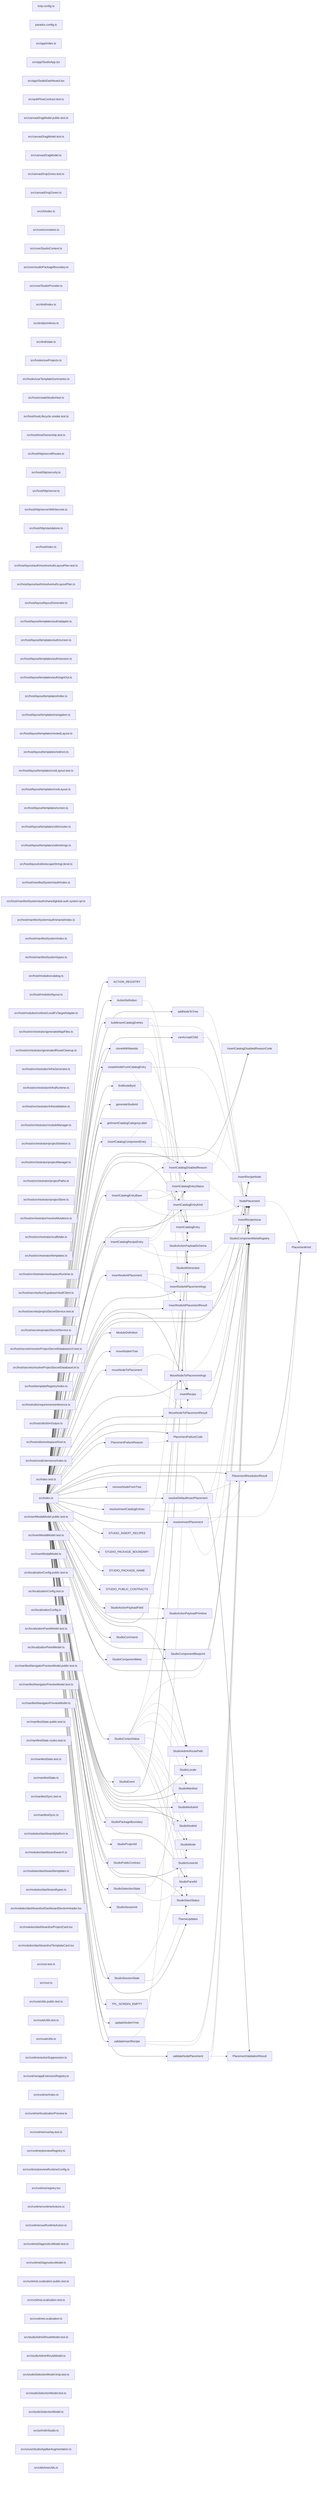
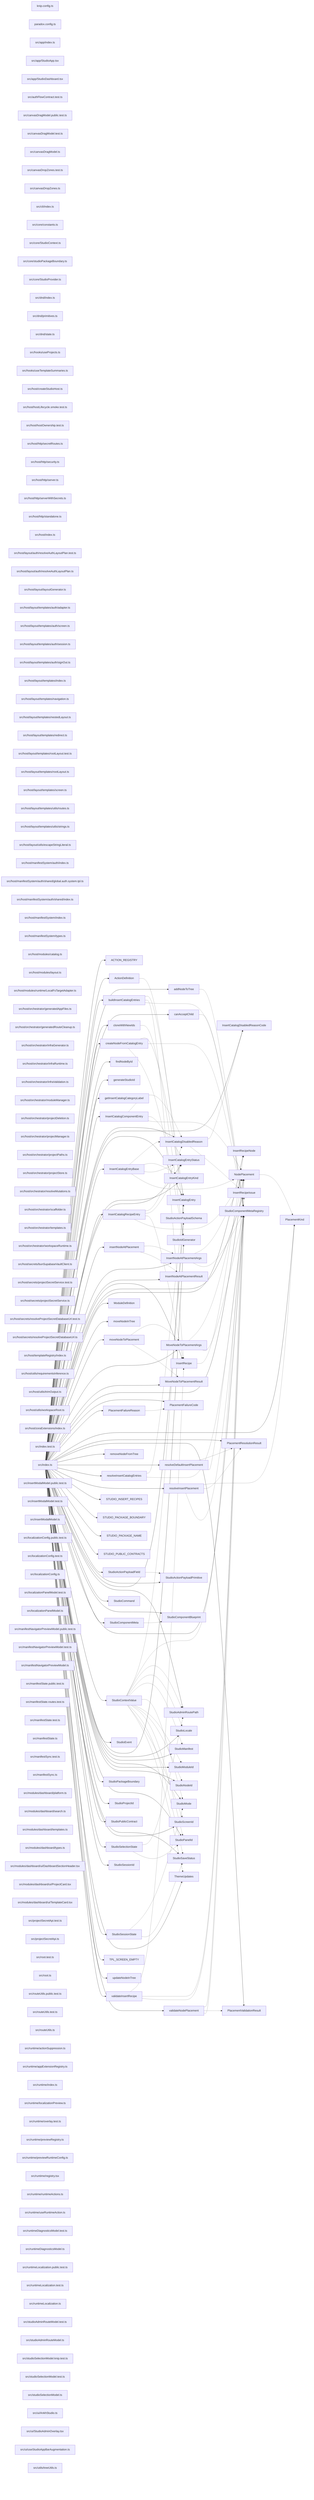
graph LR
  module_knip_config_ts["knip.config.ts"]
  module_paradox_config_ts["paradox.config.ts"]
  module_src_app_index_ts["src/app/index.ts"]
  module_src_app_StudioApp_tsx["src/app/StudioApp.tsx"]
  module_src_app_StudioDashboard_tsx["src/app/StudioDashboard.tsx"]
  module_src_authFlowContract_test_ts["src/authFlowContract.test.ts"]
  module_src_canvasDragModel_public_test_ts["src/canvasDragModel.public.test.ts"]
  module_src_canvasDragModel_test_ts["src/canvasDragModel.test.ts"]
  module_src_canvasDragModel_ts["src/canvasDragModel.ts"]
  module_src_canvasDropZones_test_ts["src/canvasDropZones.test.ts"]
  module_src_canvasDropZones_ts["src/canvasDropZones.ts"]
  module_src_cli_index_ts["src/cli/index.ts"]
  module_src_core_constants_ts["src/core/constants.ts"]
  module_src_core_StudioContext_ts["src/core/StudioContext.ts"]
  module_src_core_studioPackageBoundary_ts["src/core/studioPackageBoundary.ts"]
  module_src_core_StudioProvider_ts["src/core/StudioProvider.ts"]
  module_src_dnd_index_ts["src/dnd/index.ts"]
  module_src_dnd_primitives_ts["src/dnd/primitives.ts"]
  module_src_dnd_state_ts["src/dnd/state.ts"]
  module_src_hooks_useProjects_ts["src/hooks/useProjects.ts"]
  module_src_hooks_useTemplateSummaries_ts["src/hooks/useTemplateSummaries.ts"]
  module_src_host_createStudioHost_ts["src/host/createStudioHost.ts"]
  module_src_host_hostLifecycle_smoke_test_ts["src/host/hostLifecycle.smoke.test.ts"]
  module_src_host_hostOwnership_test_ts["src/host/hostOwnership.test.ts"]
  module_src_host_http_secretRoutes_ts["src/host/http/secretRoutes.ts"]
  module_src_host_http_security_ts["src/host/http/security.ts"]
  module_src_host_http_server_ts["src/host/http/server.ts"]
  module_src_host_http_serverWithSecrets_ts["src/host/http/serverWithSecrets.ts"]
  module_src_host_http_standalone_ts["src/host/http/standalone.ts"]
  module_src_host_index_ts["src/host/index.ts"]
  module_src_host_layout_auth_resolveAuthLayoutPlan_test_ts["src/host/layout/auth/resolveAuthLayoutPlan.test.ts"]
  module_src_host_layout_auth_resolveAuthLayoutPlan_ts["src/host/layout/auth/resolveAuthLayoutPlan.ts"]
  module_src_host_layout_layoutGenerator_ts["src/host/layout/layoutGenerator.ts"]
  module_src_host_layout_templates_auth_adapter_ts["src/host/layout/templates/auth/adapter.ts"]
  module_src_host_layout_templates_auth_screen_ts["src/host/layout/templates/auth/screen.ts"]
  module_src_host_layout_templates_auth_session_ts["src/host/layout/templates/auth/session.ts"]
  module_src_host_layout_templates_auth_signOut_ts["src/host/layout/templates/auth/signOut.ts"]
  module_src_host_layout_templates_index_ts["src/host/layout/templates/index.ts"]
  module_src_host_layout_templates_navigation_ts["src/host/layout/templates/navigation.ts"]
  module_src_host_layout_templates_nestedLayout_ts["src/host/layout/templates/nestedLayout.ts"]
  module_src_host_layout_templates_redirect_ts["src/host/layout/templates/redirect.ts"]
  module_src_host_layout_templates_rootLayout_test_ts["src/host/layout/templates/rootLayout.test.ts"]
  module_src_host_layout_templates_rootLayout_ts["src/host/layout/templates/rootLayout.ts"]
  module_src_host_layout_templates_screen_ts["src/host/layout/templates/screen.ts"]
  module_src_host_layout_templates_utils_routes_ts["src/host/layout/templates/utils/routes.ts"]
  module_src_host_layout_templates_utils_strings_ts["src/host/layout/templates/utils/strings.ts"]
  module_src_host_layout_utils_escapeStringLiteral_ts["src/host/layout/utils/escapeStringLiteral.ts"]
  module_src_host_manifestSystem_auth_index_ts["src/host/manifestSystem/auth/index.ts"]
  module_src_host_manifestSystem_auth_shared_global_auth_system_tpl_ts["src/host/manifestSystem/auth/shared/global.auth.system.tpl.ts"]
  module_src_host_manifestSystem_auth_shared_index_ts["src/host/manifestSystem/auth/shared/index.ts"]
  module_src_host_manifestSystem_index_ts["src/host/manifestSystem/index.ts"]
  module_src_host_manifestSystem_types_ts["src/host/manifestSystem/types.ts"]
  module_src_host_modules_catalog_ts["src/host/modules/catalog.ts"]
  module_src_host_modules_layout_ts["src/host/modules/layout.ts"]
  module_src_host_modules_runtime_LocalFsTargetAdapter_ts["src/host/modules/runtime/LocalFsTargetAdapter.ts"]
  module_src_host_orchestrator_generatedAppFiles_ts["src/host/orchestrator/generatedAppFiles.ts"]
  module_src_host_orchestrator_generatedRouteCleanup_ts["src/host/orchestrator/generatedRouteCleanup.ts"]
  module_src_host_orchestrator_infraGenerator_ts["src/host/orchestrator/infraGenerator.ts"]
  module_src_host_orchestrator_infraRuntime_ts["src/host/orchestrator/infraRuntime.ts"]
  module_src_host_orchestrator_infraValidation_ts["src/host/orchestrator/infraValidation.ts"]
  module_src_host_orchestrator_moduleManager_ts["src/host/orchestrator/moduleManager.ts"]
  module_src_host_orchestrator_projectDeletion_ts["src/host/orchestrator/projectDeletion.ts"]
  module_src_host_orchestrator_projectManager_ts["src/host/orchestrator/projectManager.ts"]
  module_src_host_orchestrator_projectPaths_ts["src/host/orchestrator/projectPaths.ts"]
  module_src_host_orchestrator_projectStore_ts["src/host/orchestrator/projectStore.ts"]
  module_src_host_orchestrator_resolveMutations_ts["src/host/orchestrator/resolveMutations.ts"]
  module_src_host_orchestrator_scaffolder_ts["src/host/orchestrator/scaffolder.ts"]
  module_src_host_orchestrator_templates_ts["src/host/orchestrator/templates.ts"]
  module_src_host_orchestrator_workspaceRuntime_ts["src/host/orchestrator/workspaceRuntime.ts"]
  module_src_host_secrets_bunSupabaseVaultClient_ts["src/host/secrets/bunSupabaseVaultClient.ts"]
  module_src_host_secrets_projectSecretService_test_ts["src/host/secrets/projectSecretService.test.ts"]
  module_src_host_secrets_projectSecretService_ts["src/host/secrets/projectSecretService.ts"]
  module_src_host_secrets_resolveProjectSecretDatabaseUrl_test_ts["src/host/secrets/resolveProjectSecretDatabaseUrl.test.ts"]
  module_src_host_secrets_resolveProjectSecretDatabaseUrl_ts["src/host/secrets/resolveProjectSecretDatabaseUrl.ts"]
  module_src_host_templateRegistry_index_ts["src/host/templateRegistry/index.ts"]
  module_src_host_utils_requirementsInference_ts["src/host/utils/requirementsInference.ts"]
  module_src_host_utils_trimOutput_ts["src/host/utils/trimOutput.ts"]
  module_src_host_utils_workspaceRoot_ts["src/host/utils/workspaceRoot.ts"]
  module_src_host_zoraExtensions_index_ts["src/host/zoraExtensions/index.ts"]
  module_src_index_test_ts["src/index.test.ts"]
  module_src_index_ts["src/index.ts"]
  module_src_insertModalModel_public_test_ts["src/insertModalModel.public.test.ts"]
  module_src_insertModalModel_test_ts["src/insertModalModel.test.ts"]
  module_src_insertModalModel_ts["src/insertModalModel.ts"]
  module_src_localizationConfig_public_test_ts["src/localizationConfig.public.test.ts"]
  module_src_localizationConfig_test_ts["src/localizationConfig.test.ts"]
  module_src_localizationConfig_ts["src/localizationConfig.ts"]
  module_src_localizationPanelModel_test_ts["src/localizationPanelModel.test.ts"]
  module_src_localizationPanelModel_ts["src/localizationPanelModel.ts"]
  module_src_manifestNavigatorPreviewModel_public_test_ts["src/manifestNavigatorPreviewModel.public.test.ts"]
  module_src_manifestNavigatorPreviewModel_test_ts["src/manifestNavigatorPreviewModel.test.ts"]
  module_src_manifestNavigatorPreviewModel_ts["src/manifestNavigatorPreviewModel.ts"]
  module_src_manifestState_public_test_ts["src/manifestState.public.test.ts"]
  module_src_manifestState_routes_test_ts["src/manifestState.routes.test.ts"]
  module_src_manifestState_test_ts["src/manifestState.test.ts"]
  module_src_manifestState_ts["src/manifestState.ts"]
  module_src_manifestSync_test_ts["src/manifestSync.test.ts"]
  module_src_manifestSync_ts["src/manifestSync.ts"]
  module_src_modules_dashboard_platform_ts["src/modules/dashboard/platform.ts"]
  module_src_modules_dashboard_search_ts["src/modules/dashboard/search.ts"]
  module_src_modules_dashboard_templates_ts["src/modules/dashboard/templates.ts"]
  module_src_modules_dashboard_types_ts["src/modules/dashboard/types.ts"]
  module_src_modules_dashboard_ui_DashboardSectionHeader_tsx["src/modules/dashboard/ui/DashboardSectionHeader.tsx"]
  module_src_modules_dashboard_ui_ProjectCard_tsx["src/modules/dashboard/ui/ProjectCard.tsx"]
  module_src_modules_dashboard_ui_TemplateCard_tsx["src/modules/dashboard/ui/TemplateCard.tsx"]
+   module_src_projectSecretApi_test_ts["src/projectSecretApi.test.ts"]
+   module_src_projectSecretApi_ts["src/projectSecretApi.ts"]
  module_src_root_test_ts["src/root.test.ts"]
  module_src_root_ts["src/root.ts"]
  module_src_routeUtils_public_test_ts["src/routeUtils.public.test.ts"]
  module_src_routeUtils_test_ts["src/routeUtils.test.ts"]
  module_src_routeUtils_ts["src/routeUtils.ts"]
  module_src_runtime_actionSuppression_ts["src/runtime/actionSuppression.ts"]
  module_src_runtime_appExtensionRegistry_ts["src/runtime/appExtensionRegistry.ts"]
  module_src_runtime_index_ts["src/runtime/index.ts"]
  module_src_runtime_localizationPreview_ts["src/runtime/localizationPreview.ts"]
  module_src_runtime_overlay_test_ts["src/runtime/overlay.test.ts"]
  module_src_runtime_previewRegistry_ts["src/runtime/previewRegistry.ts"]
  module_src_runtime_previewRuntimeConfig_ts["src/runtime/previewRuntimeConfig.ts"]
  module_src_runtime_registry_tsx["src/runtime/registry.tsx"]
  module_src_runtime_runtimeActions_ts["src/runtime/runtimeActions.ts"]
  module_src_runtime_useRuntimeAction_ts["src/runtime/useRuntimeAction.ts"]
  module_src_runtimeDiagnosticsModel_test_ts["src/runtimeDiagnosticsModel.test.ts"]
  module_src_runtimeDiagnosticsModel_ts["src/runtimeDiagnosticsModel.ts"]
  module_src_runtimeLocalization_public_test_ts["src/runtimeLocalization.public.test.ts"]
  module_src_runtimeLocalization_test_ts["src/runtimeLocalization.test.ts"]
  module_src_runtimeLocalization_ts["src/runtimeLocalization.ts"]
  module_src_studioAdminRouteModel_test_ts["src/studioAdminRouteModel.test.ts"]
  module_src_studioAdminRouteModel_ts["src/studioAdminRouteModel.ts"]
  module_src_studioSelectionModel_knip_test_ts["src/studioSelectionModel.knip.test.ts"]
  module_src_studioSelectionModel_test_ts["src/studioSelectionModel.test.ts"]
  module_src_studioSelectionModel_ts["src/studioSelectionModel.ts"]
  module_src_ui_AnkhStudio_ts["src/ui/AnkhStudio.ts"]
+   module_src_ui_StudioAdminOverlay_tsx["src/ui/StudioAdminOverlay.tsx"]
  module_src_ui_useStudioAppBarAugmentation_ts["src/ui/useStudioAppBarAugmentation.ts"]
  module_src_utils_treeUtils_ts["src/utils/treeUtils.ts"]
  export_ACTION_REGISTRY["ACTION_REGISTRY"]
  module_src_index_ts --> export_ACTION_REGISTRY
  export_ActionDefinition["ActionDefinition"]
  module_src_index_ts --> export_ActionDefinition
  export_ActionDefinition -.-> export_StudioActionPayloadSchema
  export_addNodeToTree["addNodeToTree"]
  module_src_index_ts --> export_addNodeToTree
  export_addNodeToTree -.-> export_StudioComponentMetaRegistry
  export_buildInsertCatalogEntries["buildInsertCatalogEntries"]
  module_src_index_ts --> export_buildInsertCatalogEntries
  export_buildInsertCatalogEntries -.-> export_InsertCatalogEntry
  export_buildInsertCatalogEntries -.-> export_InsertRecipe
  export_buildInsertCatalogEntries -.-> export_StudioComponentMetaRegistry
  export_canAcceptChild["canAcceptChild"]
  module_src_index_ts --> export_canAcceptChild
  export_canAcceptChild -.-> export_StudioComponentMetaRegistry
  export_cloneWithNewIds["cloneWithNewIds"]
  module_src_index_ts --> export_cloneWithNewIds
  export_cloneWithNewIds -.-> export_StudioIdGenerator
  export_createNodeFromCatalogEntry["createNodeFromCatalogEntry"]
  module_src_index_ts --> export_createNodeFromCatalogEntry
  export_createNodeFromCatalogEntry -.-> export_InsertCatalogEntry
  export_createNodeFromCatalogEntry -.-> export_StudioComponentMetaRegistry
  export_createNodeFromCatalogEntry -.-> export_StudioIdGenerator
  export_findNodeById["findNodeById"]
  module_src_index_ts --> export_findNodeById
  export_generateStudioId["generateStudioId"]
  module_src_index_ts --> export_generateStudioId
  export_getInsertCatalogCategoryLabel["getInsertCatalogCategoryLabel"]
  module_src_index_ts --> export_getInsertCatalogCategoryLabel
  export_InsertCatalogComponentEntry["InsertCatalogComponentEntry"]
  module_src_index_ts --> export_InsertCatalogComponentEntry
  export_InsertCatalogComponentEntry -.-> export_InsertCatalogDisabledReason
  export_InsertCatalogComponentEntry -.-> export_InsertCatalogEntryStatus
  export_InsertCatalogComponentEntry -.-> export_NodePlacement
  export_InsertCatalogDisabledReason["InsertCatalogDisabledReason"]
  module_src_index_ts --> export_InsertCatalogDisabledReason
  export_InsertCatalogDisabledReason -.-> export_InsertCatalogDisabledReasonCode
  export_InsertCatalogDisabledReason -.-> export_InsertRecipeIssue
  export_InsertCatalogDisabledReasonCode["InsertCatalogDisabledReasonCode"]
  module_src_index_ts --> export_InsertCatalogDisabledReasonCode
  export_InsertCatalogEntry["InsertCatalogEntry"]
  module_src_index_ts --> export_InsertCatalogEntry
  export_InsertCatalogEntryBase["InsertCatalogEntryBase"]
  module_src_index_ts --> export_InsertCatalogEntryBase
  export_InsertCatalogEntryBase -.-> export_InsertCatalogDisabledReason
  export_InsertCatalogEntryBase -.-> export_InsertCatalogEntryKind
  export_InsertCatalogEntryBase -.-> export_InsertCatalogEntryStatus
  export_InsertCatalogEntryBase -.-> export_NodePlacement
  export_InsertCatalogEntryKind["InsertCatalogEntryKind"]
  module_src_index_ts --> export_InsertCatalogEntryKind
  export_InsertCatalogEntryStatus["InsertCatalogEntryStatus"]
  module_src_index_ts --> export_InsertCatalogEntryStatus
  export_InsertCatalogRecipeEntry["InsertCatalogRecipeEntry"]
  module_src_index_ts --> export_InsertCatalogRecipeEntry
  export_InsertCatalogRecipeEntry -.-> export_InsertCatalogDisabledReason
  export_InsertCatalogRecipeEntry -.-> export_InsertCatalogEntryStatus
  export_InsertCatalogRecipeEntry -.-> export_InsertRecipe
  export_InsertCatalogRecipeEntry -.-> export_NodePlacement
  export_insertNodeAtPlacement["insertNodeAtPlacement"]
  module_src_index_ts --> export_insertNodeAtPlacement
  export_insertNodeAtPlacement -.-> export_InsertNodeAtPlacementArgs
  export_insertNodeAtPlacement -.-> export_InsertNodeAtPlacementResult
  export_InsertNodeAtPlacementArgs["InsertNodeAtPlacementArgs"]
  module_src_index_ts --> export_InsertNodeAtPlacementArgs
  export_InsertNodeAtPlacementArgs -.-> export_NodePlacement
  export_InsertNodeAtPlacementArgs -.-> export_StudioComponentMetaRegistry
  export_InsertNodeAtPlacementResult["InsertNodeAtPlacementResult"]
  module_src_index_ts --> export_InsertNodeAtPlacementResult
  export_InsertRecipe["InsertRecipe"]
  module_src_index_ts --> export_InsertRecipe
  export_InsertRecipe -.-> export_InsertRecipeNode
  export_InsertRecipeIssue["InsertRecipeIssue"]
  module_src_index_ts --> export_InsertRecipeIssue
  export_InsertRecipeNode["InsertRecipeNode"]
  module_src_index_ts --> export_InsertRecipeNode
  export_ModuleDefinition["ModuleDefinition"]
  module_src_index_ts --> export_ModuleDefinition
  export_moveNodeInTree["moveNodeInTree"]
  module_src_index_ts --> export_moveNodeInTree
  export_moveNodeToPlacement["moveNodeToPlacement"]
  module_src_index_ts --> export_moveNodeToPlacement
  export_moveNodeToPlacement -.-> export_MoveNodeToPlacementArgs
  export_moveNodeToPlacement -.-> export_MoveNodeToPlacementResult
  export_MoveNodeToPlacementArgs["MoveNodeToPlacementArgs"]
  module_src_index_ts --> export_MoveNodeToPlacementArgs
  export_MoveNodeToPlacementArgs -.-> export_NodePlacement
  export_MoveNodeToPlacementArgs -.-> export_StudioComponentMetaRegistry
  export_MoveNodeToPlacementResult["MoveNodeToPlacementResult"]
  module_src_index_ts --> export_MoveNodeToPlacementResult
  export_NodePlacement["NodePlacement"]
  module_src_index_ts --> export_NodePlacement
  export_NodePlacement -.-> export_PlacementKind
  export_PlacementFailureCode["PlacementFailureCode"]
  module_src_index_ts --> export_PlacementFailureCode
  export_PlacementFailureReason["PlacementFailureReason"]
  module_src_index_ts --> export_PlacementFailureReason
  export_PlacementFailureReason -.-> export_PlacementFailureCode
  export_PlacementKind["PlacementKind"]
  module_src_index_ts --> export_PlacementKind
  export_PlacementResolutionResult["PlacementResolutionResult"]
  module_src_index_ts --> export_PlacementResolutionResult
  export_PlacementValidationResult["PlacementValidationResult"]
  module_src_index_ts --> export_PlacementValidationResult
  export_removeNodeFromTree["removeNodeFromTree"]
  module_src_index_ts --> export_removeNodeFromTree
  export_resolveDefaultInsertPlacement["resolveDefaultInsertPlacement"]
  module_src_index_ts --> export_resolveDefaultInsertPlacement
  export_resolveDefaultInsertPlacement -.-> export_PlacementResolutionResult
  export_resolveDefaultInsertPlacement -.-> export_StudioComponentMetaRegistry
  export_resolveInsertCatalogEntries["resolveInsertCatalogEntries"]
  module_src_index_ts --> export_resolveInsertCatalogEntries
  export_resolveInsertCatalogEntries -.-> export_InsertCatalogEntry
  export_resolveInsertCatalogEntries -.-> export_StudioComponentMetaRegistry
  export_resolveInsertPlacement["resolveInsertPlacement"]
  module_src_index_ts --> export_resolveInsertPlacement
  export_resolveInsertPlacement -.-> export_PlacementKind
  export_resolveInsertPlacement -.-> export_PlacementResolutionResult
  export_resolveInsertPlacement -.-> export_StudioComponentMetaRegistry
  export_STUDIO_INSERT_RECIPES["STUDIO_INSERT_RECIPES"]
  module_src_index_ts --> export_STUDIO_INSERT_RECIPES
  export_STUDIO_PACKAGE_BOUNDARY["STUDIO_PACKAGE_BOUNDARY"]
  module_src_index_ts --> export_STUDIO_PACKAGE_BOUNDARY
  export_STUDIO_PACKAGE_NAME["STUDIO_PACKAGE_NAME"]
  module_src_index_ts --> export_STUDIO_PACKAGE_NAME
  export_STUDIO_PUBLIC_CONTRACTS["STUDIO_PUBLIC_CONTRACTS"]
  module_src_index_ts --> export_STUDIO_PUBLIC_CONTRACTS
  export_StudioActionPayloadField["StudioActionPayloadField"]
  module_src_index_ts --> export_StudioActionPayloadField
  export_StudioActionPayloadField -.-> export_StudioActionPayloadPrimitive
  export_StudioActionPayloadPrimitive["StudioActionPayloadPrimitive"]
  module_src_index_ts --> export_StudioActionPayloadPrimitive
  export_StudioActionPayloadSchema["StudioActionPayloadSchema"]
  module_src_index_ts --> export_StudioActionPayloadSchema
  export_StudioAdminRoutePath["StudioAdminRoutePath"]
  module_src_index_ts --> export_StudioAdminRoutePath
  export_StudioCommand["StudioCommand"]
  module_src_index_ts --> export_StudioCommand
  export_StudioComponentBlueprint["StudioComponentBlueprint"]
  module_src_index_ts --> export_StudioComponentBlueprint
  export_StudioComponentMeta["StudioComponentMeta"]
  module_src_index_ts --> export_StudioComponentMeta
  export_StudioComponentMeta -.-> export_StudioComponentBlueprint
  export_StudioComponentMetaRegistry["StudioComponentMetaRegistry"]
  module_src_index_ts --> export_StudioComponentMetaRegistry
  export_StudioContextValue["StudioContextValue"]
  module_src_index_ts --> export_StudioContextValue
  export_StudioContextValue -.-> export_InsertCatalogEntry
  export_StudioContextValue -.-> export_NodePlacement
  export_StudioContextValue -.-> export_StudioAdminRoutePath
  export_StudioContextValue -.-> export_StudioLocale
  export_StudioContextValue -.-> export_StudioManifest
  export_StudioContextValue -.-> export_StudioMode
  export_StudioContextValue -.-> export_StudioModuleId
  export_StudioContextValue -.-> export_StudioNodeId
  export_StudioContextValue -.-> export_StudioPanelId
  export_StudioContextValue -.-> export_StudioSaveStatus
  export_StudioContextValue -.-> export_StudioScreenId
  export_StudioContextValue -.-> export_ThemeUpdates
  export_StudioEvent["StudioEvent"]
  module_src_index_ts --> export_StudioEvent
  export_StudioIdGenerator["StudioIdGenerator"]
  module_src_index_ts --> export_StudioIdGenerator
  export_StudioLocale["StudioLocale"]
  module_src_index_ts --> export_StudioLocale
  export_StudioManifest["StudioManifest"]
  module_src_index_ts --> export_StudioManifest
  export_StudioMode["StudioMode"]
  module_src_index_ts --> export_StudioMode
  export_StudioModuleId["StudioModuleId"]
  module_src_index_ts --> export_StudioModuleId
  export_StudioNodeId["StudioNodeId"]
  module_src_index_ts --> export_StudioNodeId
  export_StudioPackageBoundary["StudioPackageBoundary"]
  module_src_index_ts --> export_StudioPackageBoundary
  export_StudioPanelId["StudioPanelId"]
  module_src_index_ts --> export_StudioPanelId
  export_StudioProjectId["StudioProjectId"]
  module_src_index_ts --> export_StudioProjectId
  export_StudioPublicContract["StudioPublicContract"]
  module_src_index_ts --> export_StudioPublicContract
  export_StudioSaveStatus["StudioSaveStatus"]
  module_src_index_ts --> export_StudioSaveStatus
  export_StudioScreenId["StudioScreenId"]
  module_src_index_ts --> export_StudioScreenId
  export_StudioSelectionState["StudioSelectionState"]
  module_src_index_ts --> export_StudioSelectionState
  export_StudioSelectionState -.-> export_StudioAdminRoutePath
  export_StudioSelectionState -.-> export_StudioPanelId
  export_StudioSessionId["StudioSessionId"]
  module_src_index_ts --> export_StudioSessionId
  export_StudioSessionState["StudioSessionState"]
  module_src_index_ts --> export_StudioSessionState
  export_StudioSessionState -.-> export_StudioMode
  export_StudioSessionState -.-> export_StudioSaveStatus
  export_ThemeUpdates["ThemeUpdates"]
  module_src_index_ts --> export_ThemeUpdates
  export_TPL_SCREEN_EMPTY["TPL_SCREEN_EMPTY"]
  module_src_index_ts --> export_TPL_SCREEN_EMPTY
  export_updateNodeInTree["updateNodeInTree"]
  module_src_index_ts --> export_updateNodeInTree
  export_validateInsertRecipe["validateInsertRecipe"]
  module_src_index_ts --> export_validateInsertRecipe
  export_validateInsertRecipe -.-> export_InsertRecipe
  export_validateInsertRecipe -.-> export_InsertRecipeIssue
  export_validateInsertRecipe -.-> export_StudioComponentMetaRegistry
  export_validateNodePlacement["validateNodePlacement"]
  module_src_index_ts --> export_validateNodePlacement
  export_validateNodePlacement -.-> export_NodePlacement
  export_validateNodePlacement -.-> export_PlacementValidationResult
  export_validateNodePlacement -.-> export_StudioComponentMetaRegistry
